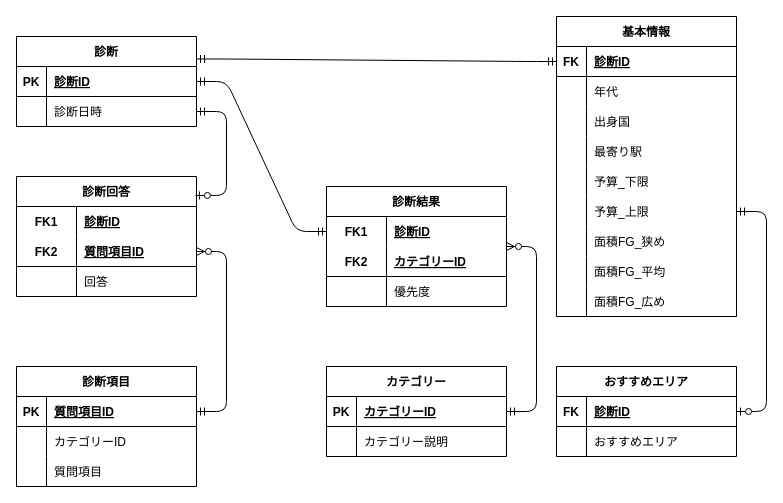
The draw.io diagram db_control/er.dio in taiji-nakam/NoHarass_back2, before the edit. Source tidied: cells renumbered, new cells numbered last; positions are measured from the earlier drawing's top-left corner, leaving out a move shared by most shapes. Both pictures are drawn from the tidied source at 100%, with x=0, y=0 at pixel (16, 16).
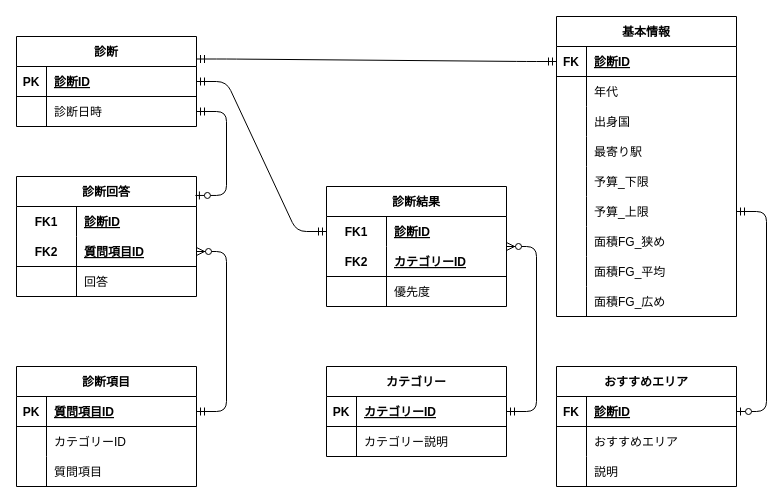
The same page after the edit.

Commit message (it also covers changes not shown here):
DB定義変更：area_resultの説明を追加

The edit, as a diff of the source:
```diff
@@
     <mxCell id="79" value="おすすめエリア" style="shape=table;startSize=30;childLayout=tableLayout;rowLines=0;fontStyle=1;align=center;" parent="1" vertex="1">
-      <mxGeometry x="540" y="350" width="180" height="90" as="geometry" />
+      <mxGeometry x="540" y="350" width="180" height="120" as="geometry" />
     </mxCell>
@@
+    <mxCell id="87" style="shape=tableRow;horizontal=0;startSize=0;swimlaneHead=0;swimlaneBody=0;fillColor=none;top=0;left=0;right=0;bottom=0;" parent="79" vertex="1">
+      <mxGeometry y="90" width="180" height="30" as="geometry" />
+    </mxCell>
+    <mxCell id="88" style="shape=partialRectangle;fillColor=none;top=0;left=0;bottom=0;right=0;overflow=hidden;" parent="87" vertex="1">
+      <mxGeometry width="30" height="30" as="geometry" />
+    </mxCell>
+    <mxCell id="89" value="説明" style="shape=partialRectangle;fillColor=none;top=0;left=0;bottom=0;right=0;align=left;spacingLeft=6;overflow=hidden;" parent="87" vertex="1">
+      <mxGeometry x="30" width="150" height="30" as="geometry" />
+    </mxCell>
```
